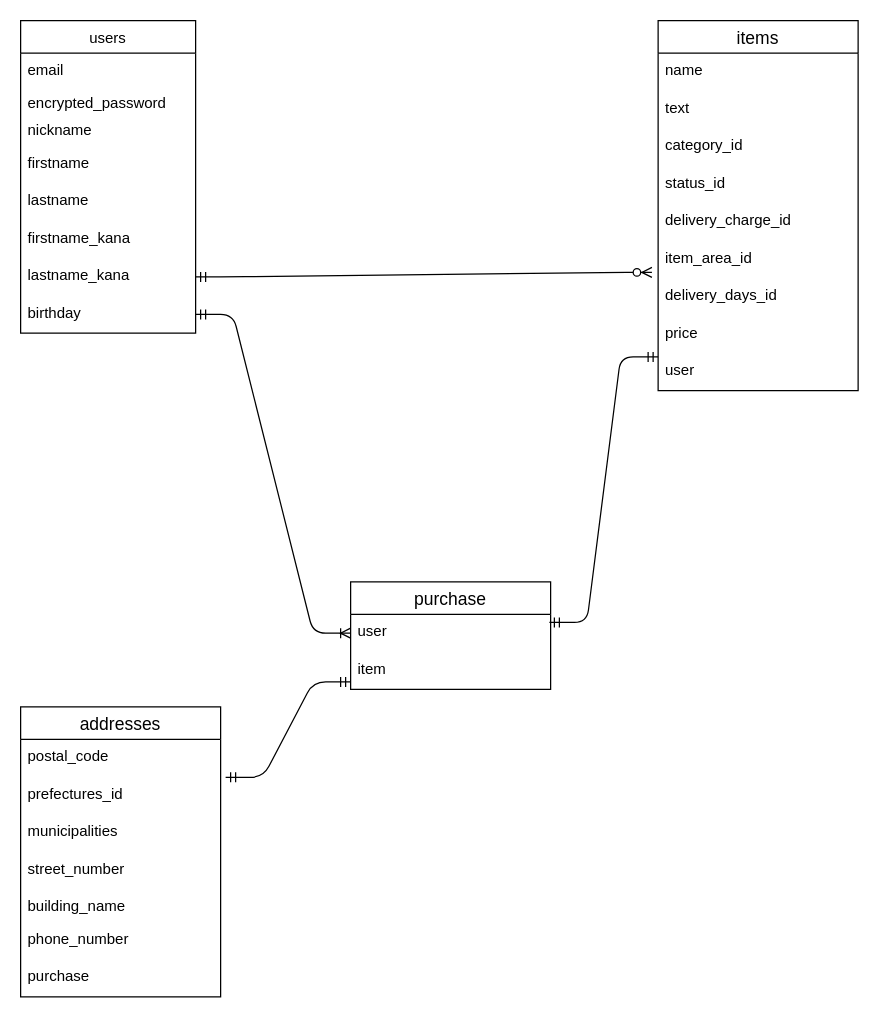
Earlier version of the draw.io diagram furima.dio (kaz-taka-1/furima-35593). Source tidied: cells renumbered, new cells numbered last; positions are measured from the earlier drawing's top-left corner, leaving out a move shared by most shapes. Both pictures are drawn from the tidied source at 125%, with x=0, y=0 at pixel (20, 20).
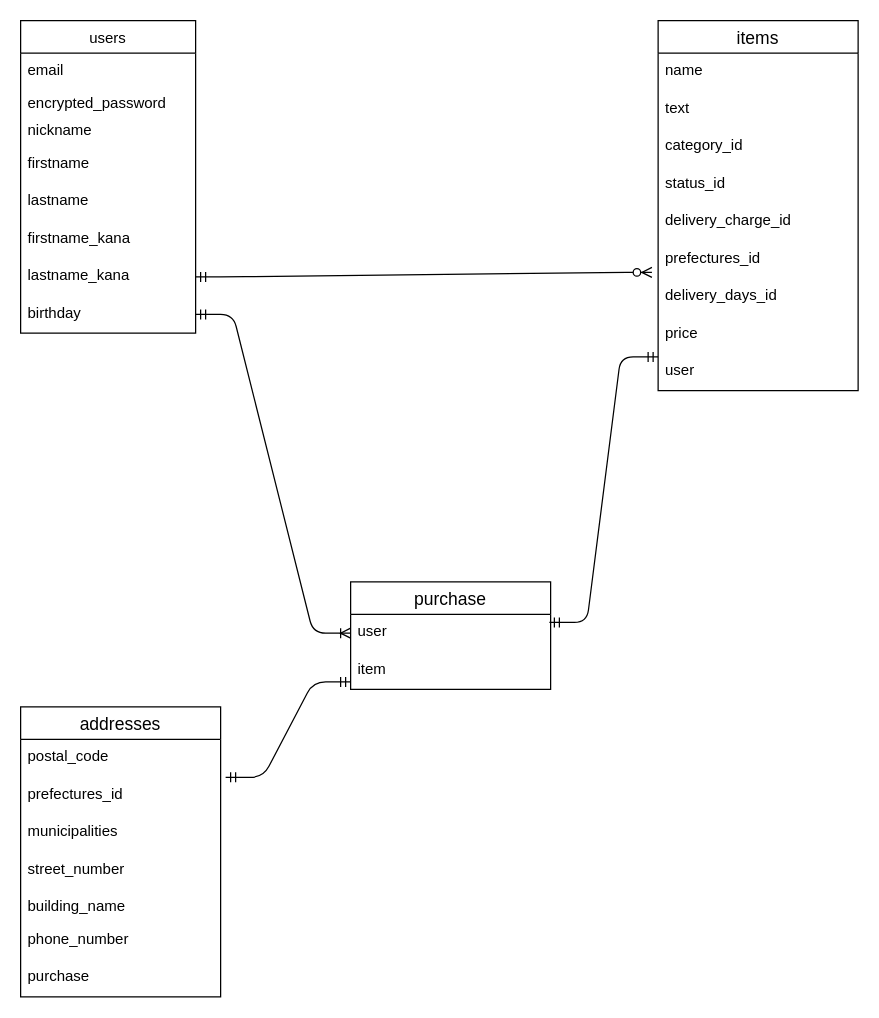
The same diagram, later.

The change refers to these unchanged cells:
```xml
<mxCell id="11" value="items" style="swimlane;fontStyle=0;horizontal=1;startSize=26;align=center;fontSize=14;" parent="1" vertex="1">
  <mxGeometry x="510" width="160" height="296" as="geometry" />
</mxCell>
```

Diff of the diagram source:
```diff
@@
-    <mxCell id="17" value="item_area_id" style="text;strokeColor=none;fillColor=none;spacingLeft=4;spacingRight=4;overflow=hidden;fontSize=12;" parent="11" vertex="1">
+    <mxCell id="17" value="prefectures_id" style="text;strokeColor=none;fillColor=none;spacingLeft=4;spacingRight=4;overflow=hidden;fontSize=12;" parent="11" vertex="1">
       <mxGeometry y="176" width="160" height="30" as="geometry" />
     </mxCell>
```
